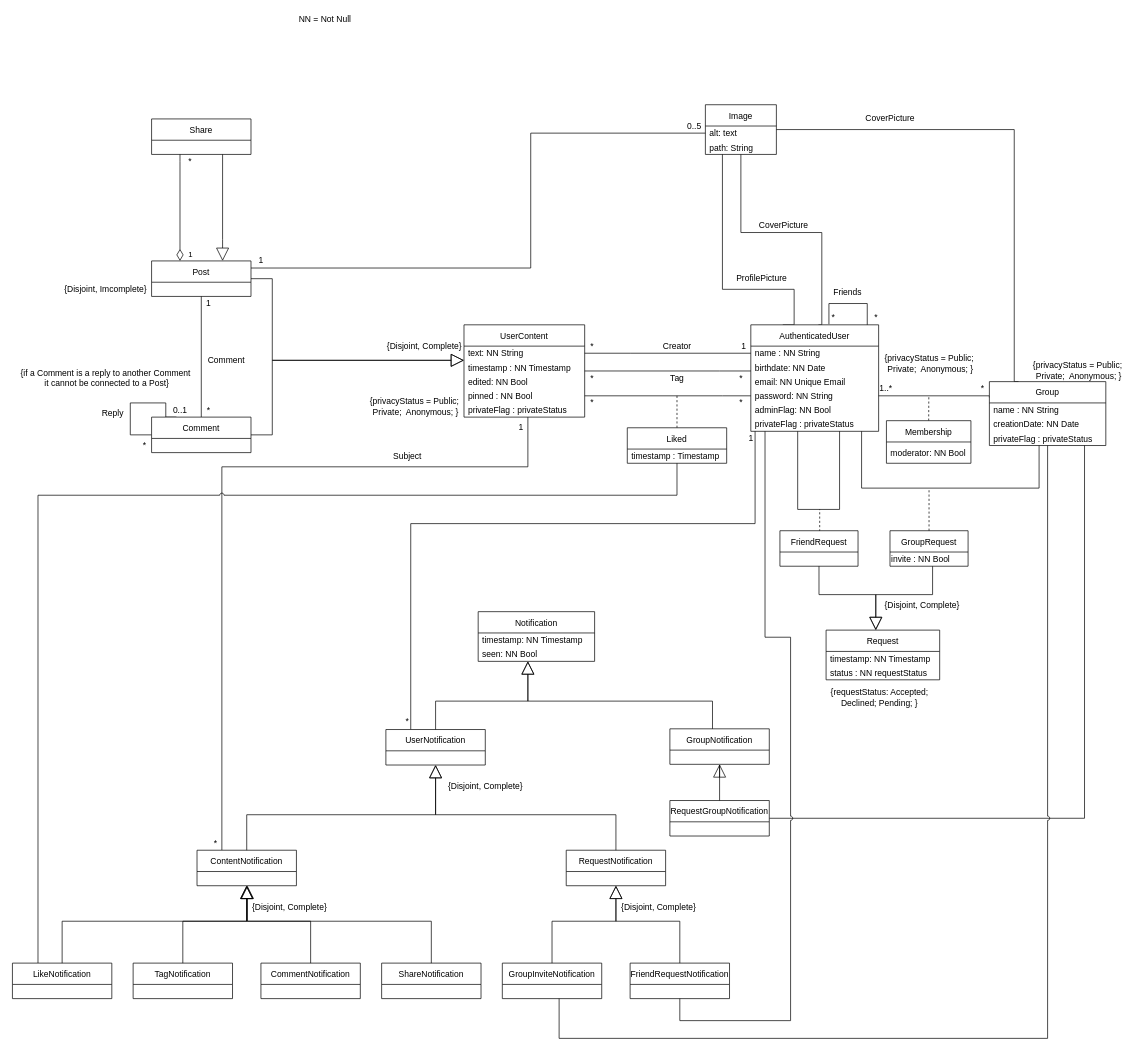
Above: Drawio/UML.drawio in DreFlo/lbaw-2122 (draw.io), before the change. Source tidied: cells renumbered, new cells numbered last; positions are measured from the earlier drawing's top-left corner, leaving out a move shared by most shapes. Both pictures are drawn from the tidied source at 71%, with x=0, y=0 at pixel (12, 12).
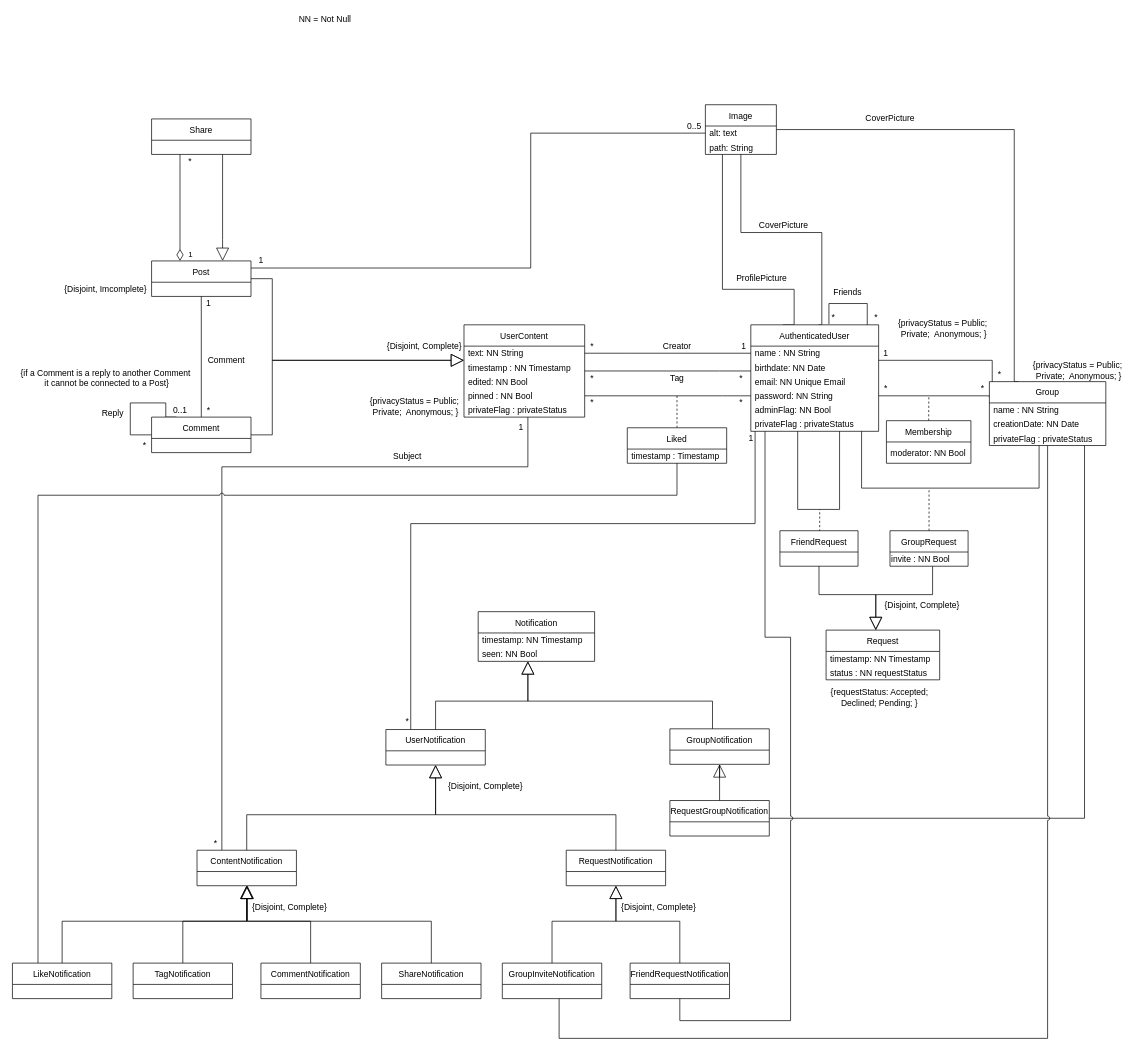
After the change.

Unchanged cells that the change refers to:
```xml
<mxCell id="4" value="AuthenticatedUser" style="swimlane;fontStyle=0;horizontal=1;startSize=30;" parent="1" vertex="1">
  <mxGeometry x="1040" y="440" width="180" height="150" as="geometry" />
</mxCell>
<mxCell id="14" value="Group" style="swimlane;fontStyle=0;horizontal=1;startSize=30;" parent="1" vertex="1">
  <mxGeometry x="1376" y="520" width="164" height="90" as="geometry" />
</mxCell>
```

The edit, as a diff of the source:
```diff
@@
-    <mxCell id="22" value="1..*" style="text;html=1;align=center;verticalAlign=middle;strokeColor=none;fillColor=none;fontSize=12;" parent="1" vertex="1">
-      <mxGeometry x="1215" y="520" width="30" height="20" as="geometry" />
+    <mxCell id="22" value="*" style="text;html=1;align=center;verticalAlign=middle;strokeColor=none;fillColor=none;fontSize=12;" parent="1" vertex="1">
+      <mxGeometry x="1220" y="520" width="20" height="20" as="geometry" />
     </mxCell>
@@
     <mxCell id="130" value="{privacyStatus = Public;&lt;br&gt;&amp;nbsp;Private;&amp;nbsp; Anonymous; }&lt;br&gt;" style="text;html=1;align=center;verticalAlign=middle;strokeColor=none;fillColor=none;" parent="1" vertex="1">
-      <mxGeometry x="1221" y="480.1" width="140" height="30" as="geometry" />
+      <mxGeometry x="1240" y="430" width="140" height="30" as="geometry" />
     </mxCell>
@@
+    <mxCell id="132" style="edgeStyle=orthogonalEdgeStyle;rounded=0;jettySize=auto;html=1;fontSize=12;endArrow=none;endFill=0;" parent="1" edge="1" source="14" target="4">
+      <mxGeometry relative="1" as="geometry">
+        <Array as="points">
+          <mxPoint x="1380" y="490" />
+        </Array>
+      </mxGeometry>
+    </mxCell>
+    <mxCell id="133" value="1" style="text;html=1;align=center;verticalAlign=middle;strokeColor=none;fillColor=none;" parent="1" vertex="1">
+      <mxGeometry x="1220" y="470" width="20" height="20" as="geometry" />
+    </mxCell>
+    <mxCell id="134" value="*" style="text;html=1;align=center;verticalAlign=middle;strokeColor=none;fillColor=none;" parent="1" vertex="1">
+      <mxGeometry x="1380" y="500" width="20" height="20" as="geometry" />
+    </mxCell>
```
